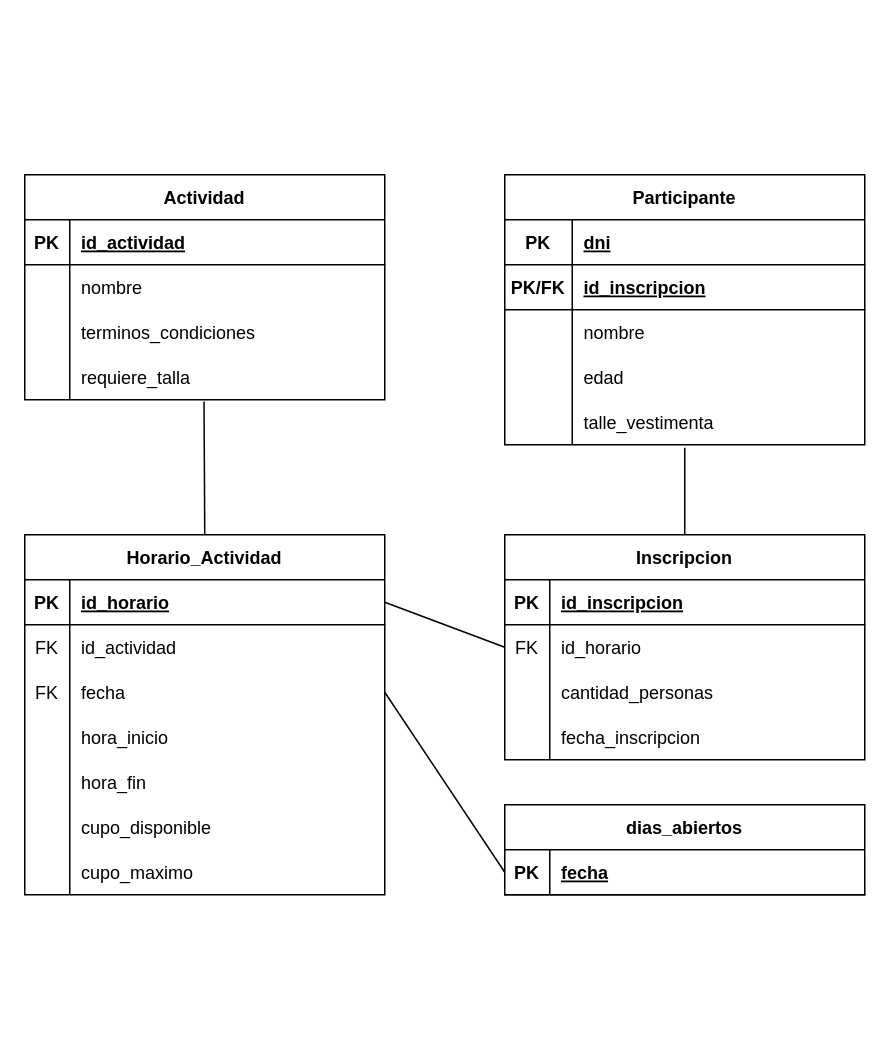
The draw.io diagram diseno/DIAG_DER.drawio in matuser/isw-grupo3, before the edit. Source tidied: cells renumbered, new cells numbered last; positions are measured from the earlier drawing's top-left corner, leaving out a move shared by most shapes. Both pictures are drawn from the tidied source at 150%, with x=0, y=0 at pixel (24, 174).
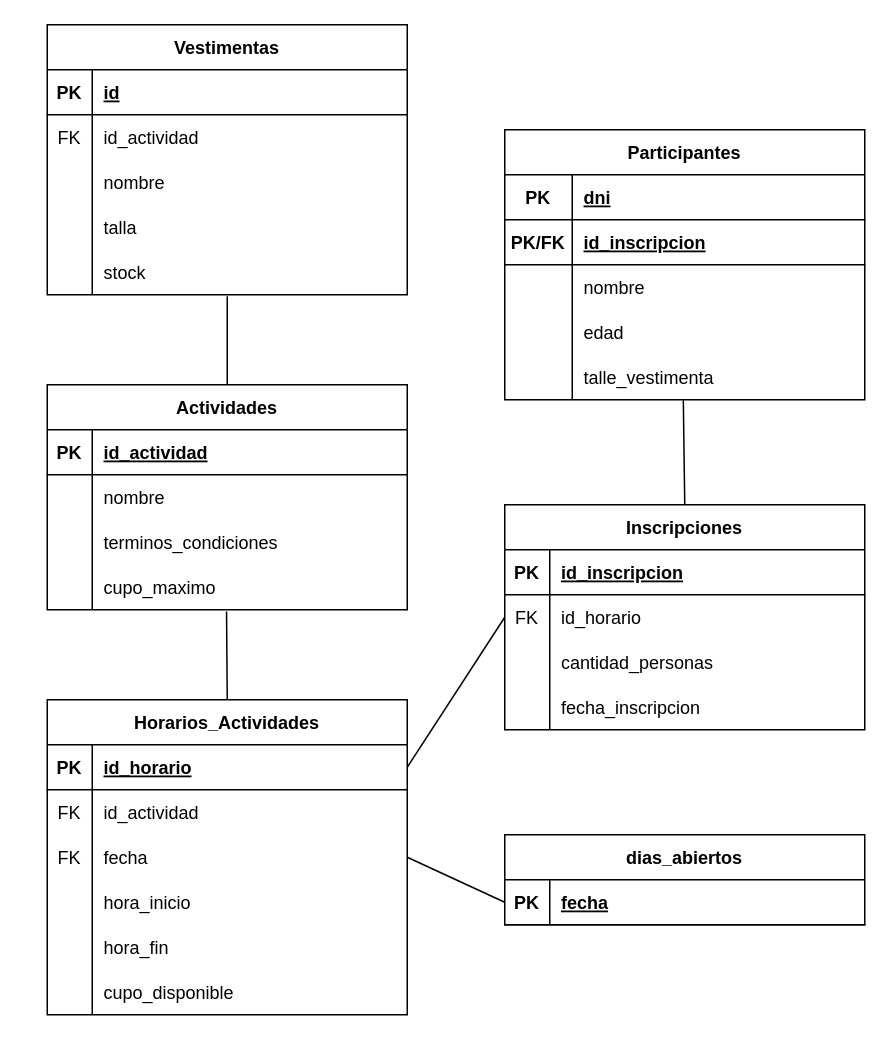
The same diagram, later.

Commit message:
DER actualizado

The change refers to these unchanged cells:
```xml
<mxCell id="12" style="shape=partialRectangle;fillColor=none;points=[[0,0.5],[1,0.5]];portConstraint=eastwest;top=0;left=0;right=0;bottom=0;" parent="2" vertex="1">
  <mxGeometry y="120" width="240" height="30" as="geometry" />
</mxCell>
<mxCell id="65" style="shape=partialRectangle;fillColor=none;points=[[0,0.5],[1,0.5]];portConstraint=eastwest;top=0;left=0;right=0;bottom=0;" parent="52" vertex="1">
  <mxGeometry y="150" width="240" height="30" as="geometry" />
</mxCell>
```

Diff of the diagram source:
```diff
@@
-    <mxCell id="2" value="Actividad" style="shape=table;startSize=30;childLayout=tableLayout;rowLines=0;fontStyle=1;align=center;" parent="1" vertex="1">
-      <mxGeometry width="240" height="150" as="geometry" />
+    <mxCell id="2" value="Actividades" style="shape=table;startSize=30;childLayout=tableLayout;rowLines=0;fontStyle=1;align=center;" parent="1" vertex="1">
+      <mxGeometry x="15" y="140" width="240" height="150" as="geometry" />
     </mxCell>
@@
-    <mxCell id="14" value="requiere_talla" style="shape=partialRectangle;overflow=hidden;fillColor=none;top=0;left=0;bottom=0;right=0;align=left;spacingLeft=6;" parent="12" vertex="1">
+    <mxCell id="14" value="cupo_maximo" style="shape=partialRectangle;overflow=hidden;fillColor=none;top=0;left=0;bottom=0;right=0;align=left;spacingLeft=6;" parent="12" vertex="1">
       <mxGeometry x="30" width="210" height="30" as="geometry" />
     </mxCell>
-    <mxCell id="15" value="Horario_Actividad" style="shape=table;startSize=30;childLayout=tableLayout;rowLines=0;fontStyle=1;align=center;" parent="1" vertex="1">
-      <mxGeometry y="240" width="240" height="240" as="geometry" />
+    <mxCell id="15" value="Horarios_Actividades" style="shape=table;startSize=30;childLayout=tableLayout;rowLines=0;fontStyle=1;align=center;" parent="1" vertex="1">
+      <mxGeometry x="15" y="350" width="240" height="210" as="geometry" />
     </mxCell>
@@
-    <mxCell id="34" style="shape=partialRectangle;fillColor=none;top=0;left=0;right=0;bottom=0;" parent="15" vertex="1">
-      <mxGeometry y="210" width="240" height="30" as="geometry" />
-    </mxCell>
-    <mxCell id="35" style="shape=partialRectangle;overflow=hidden;fillColor=none;top=0;left=0;bottom=0;right=0;" parent="34" vertex="1">
-      <mxGeometry width="30" height="30" as="geometry" />
-    </mxCell>
-    <mxCell id="36" value="cupo_maximo" style="shape=partialRectangle;overflow=hidden;fillColor=none;top=0;left=0;bottom=0;right=0;align=left;spacingLeft=6;" parent="34" vertex="1">
-      <mxGeometry x="30" width="210" height="30" as="geometry" />
-    </mxCell>
@@
-    <mxCell id="38" value="Inscripcion" style="shape=table;startSize=30;childLayout=tableLayout;rowLines=0;fontStyle=1;align=center;" parent="1" vertex="1">
-      <mxGeometry x="320" y="240" width="240" height="150" as="geometry" />
+    <mxCell id="38" value="Inscripciones" style="shape=table;startSize=30;childLayout=tableLayout;rowLines=0;fontStyle=1;align=center;" parent="1" vertex="1">
+      <mxGeometry x="320" y="220" width="240" height="150" as="geometry" />
     </mxCell>
@@
-    <mxCell id="52" value="Participante" style="shape=table;startSize=30;childLayout=tableLayout;rowLines=0;fontStyle=1;align=center;" parent="1" vertex="1">
-      <mxGeometry x="320" width="240" height="180" as="geometry" />
+    <mxCell id="52" value="Participantes" style="shape=table;startSize=30;childLayout=tableLayout;rowLines=0;fontStyle=1;align=center;" parent="1" vertex="1">
+      <mxGeometry x="320" y="-30" width="240" height="180" as="geometry" />
     </mxCell>
@@
-    <mxCell id="68" style="endArrow=none;html=1;rounded=0;fontSize=12;startSize=8;endSize=8;curved=1;exitX=0.5;exitY=0;exitDx=0;exitDy=0;" parent="1" edge="1" source="38">
+    <mxCell id="68" style="endArrow=none;html=1;rounded=0;fontSize=12;startSize=8;endSize=8;curved=1;entryX=0.496;entryY=0.996;entryDx=0;entryDy=0;entryPerimeter=0;" parent="1" edge="1" target="65">
       <mxGeometry relative="1" as="geometry">
-        <mxPoint x="440" y="182" as="targetPoint" />
+        <mxPoint x="440" y="220" as="sourcePoint" />
       </mxGeometry>
     </mxCell>
     <mxCell id="69" value="dias_abiertos" style="shape=table;startSize=30;childLayout=tableLayout;rowLines=0;fontStyle=1;align=center;" parent="1" vertex="1">
-      <mxGeometry x="320" y="420" width="240" height="60" as="geometry" />
+      <mxGeometry x="320" y="440" width="240" height="60" as="geometry" />
     </mxCell>
@@
+    <mxCell id="74" value="Vestimentas" style="shape=table;startSize=30;childLayout=tableLayout;rowLines=0;fontStyle=1;align=center;" parent="1" vertex="1">
+      <mxGeometry x="15" y="-100" width="240" height="180" as="geometry" />
+    </mxCell>
+    <mxCell id="75" style="shape=partialRectangle;fillColor=none;top=0;left=0;right=0;bottom=1;" parent="74" vertex="1">
+      <mxGeometry y="30" width="240" height="30" as="geometry" />
+    </mxCell>
+    <mxCell id="76" value="PK" style="shape=partialRectangle;overflow=hidden;fillColor=none;top=0;left=0;bottom=0;right=0;fontStyle=1;" parent="75" vertex="1">
+      <mxGeometry width="30" height="30" as="geometry" />
+    </mxCell>
+    <mxCell id="77" value="id" style="shape=partialRectangle;overflow=hidden;fillColor=none;top=0;left=0;bottom=0;right=0;align=left;spacingLeft=6;fontStyle=5;" parent="75" vertex="1">
+      <mxGeometry x="30" width="210" height="30" as="geometry" />
+    </mxCell>
+    <mxCell id="78" style="shape=partialRectangle;fillColor=none;top=0;left=0;right=0;bottom=0;" parent="74" vertex="1">
+      <mxGeometry y="60" width="240" height="30" as="geometry" />
+    </mxCell>
+    <mxCell id="79" value="FK" style="shape=partialRectangle;overflow=hidden;fillColor=none;top=0;left=0;bottom=0;right=0;" parent="78" vertex="1">
+      <mxGeometry width="30" height="30" as="geometry" />
+    </mxCell>
+    <mxCell id="80" value="id_actividad" style="shape=partialRectangle;overflow=hidden;fillColor=none;top=0;left=0;bottom=0;right=0;align=left;spacingLeft=6;" parent="78" vertex="1">
+      <mxGeometry x="30" width="210" height="30" as="geometry" />
+    </mxCell>
+    <mxCell id="81" style="shape=partialRectangle;fillColor=none;top=0;left=0;right=0;bottom=0;" parent="74" vertex="1">
+      <mxGeometry y="90" width="240" height="30" as="geometry" />
+    </mxCell>
+    <mxCell id="82" style="shape=partialRectangle;overflow=hidden;fillColor=none;top=0;left=0;bottom=0;right=0;" parent="81" vertex="1">
+      <mxGeometry width="30" height="30" as="geometry" />
+    </mxCell>
+    <mxCell id="83" value="nombre" style="shape=partialRectangle;overflow=hidden;fillColor=none;top=0;left=0;bottom=0;right=0;align=left;spacingLeft=6;" parent="81" vertex="1">
+      <mxGeometry x="30" width="210" height="30" as="geometry" />
+    </mxCell>
+    <mxCell id="84" style="shape=partialRectangle;fillColor=none;top=0;left=0;right=0;bottom=0;" parent="74" vertex="1">
+      <mxGeometry y="120" width="240" height="30" as="geometry" />
+    </mxCell>
+    <mxCell id="85" style="shape=partialRectangle;overflow=hidden;fillColor=none;top=0;left=0;bottom=0;right=0;" parent="84" vertex="1">
+      <mxGeometry width="30" height="30" as="geometry" />
+    </mxCell>
+    <mxCell id="86" value="talla" style="shape=partialRectangle;overflow=hidden;fillColor=none;top=0;left=0;bottom=0;right=0;align=left;spacingLeft=6;" parent="84" vertex="1">
+      <mxGeometry x="30" width="210" height="30" as="geometry" />
+    </mxCell>
+    <mxCell id="87" style="shape=partialRectangle;fillColor=none;top=0;left=0;right=0;bottom=0;" parent="74" vertex="1">
+      <mxGeometry y="150" width="240" height="30" as="geometry" />
+    </mxCell>
+    <mxCell id="88" style="shape=partialRectangle;overflow=hidden;fillColor=none;top=0;left=0;bottom=0;right=0;" parent="87" vertex="1">
+      <mxGeometry width="30" height="30" as="geometry" />
+    </mxCell>
+    <mxCell id="89" value="stock" style="shape=partialRectangle;overflow=hidden;fillColor=none;top=0;left=0;bottom=0;right=0;align=left;spacingLeft=6;" parent="87" vertex="1">
+      <mxGeometry x="30" width="210" height="30" as="geometry" />
+    </mxCell>
+    <mxCell id="90" style="endArrow=none;html=1;rounded=0;fontSize=12;startSize=8;endSize=8;curved=1;entryX=0.5;entryY=0;entryDx=0;entryDy=0;" parent="1" edge="1" target="2">
+      <mxGeometry relative="1" as="geometry">
+        <mxPoint x="135" y="81" as="sourcePoint" />
+      </mxGeometry>
+    </mxCell>
```
